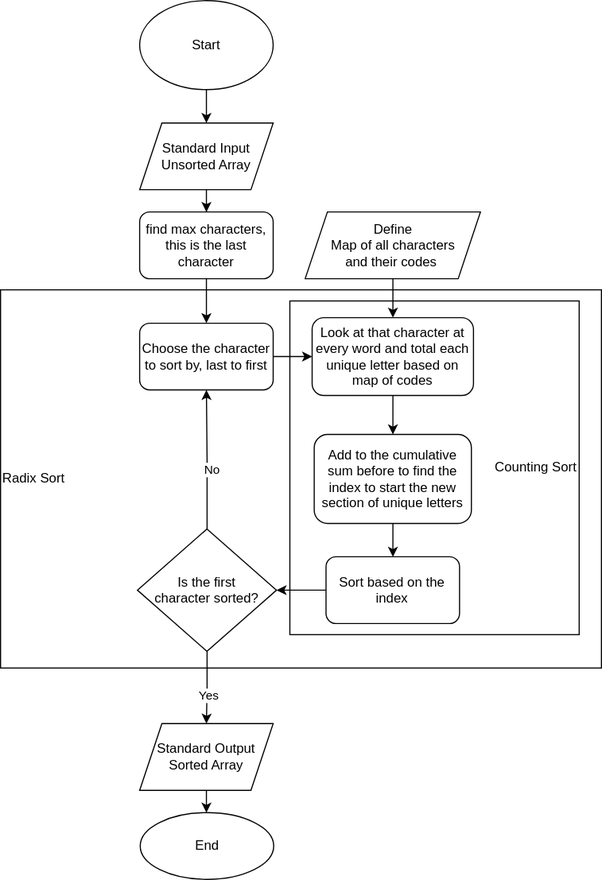
The draw.io diagram assets/img/sort.svg in Boden-C/Boden-C.github.io, before a commit. Source tidied: cells renumbered, new cells last; positions are measured from the earlier drawing's top-left corner, leaving out a move shared by most shapes.
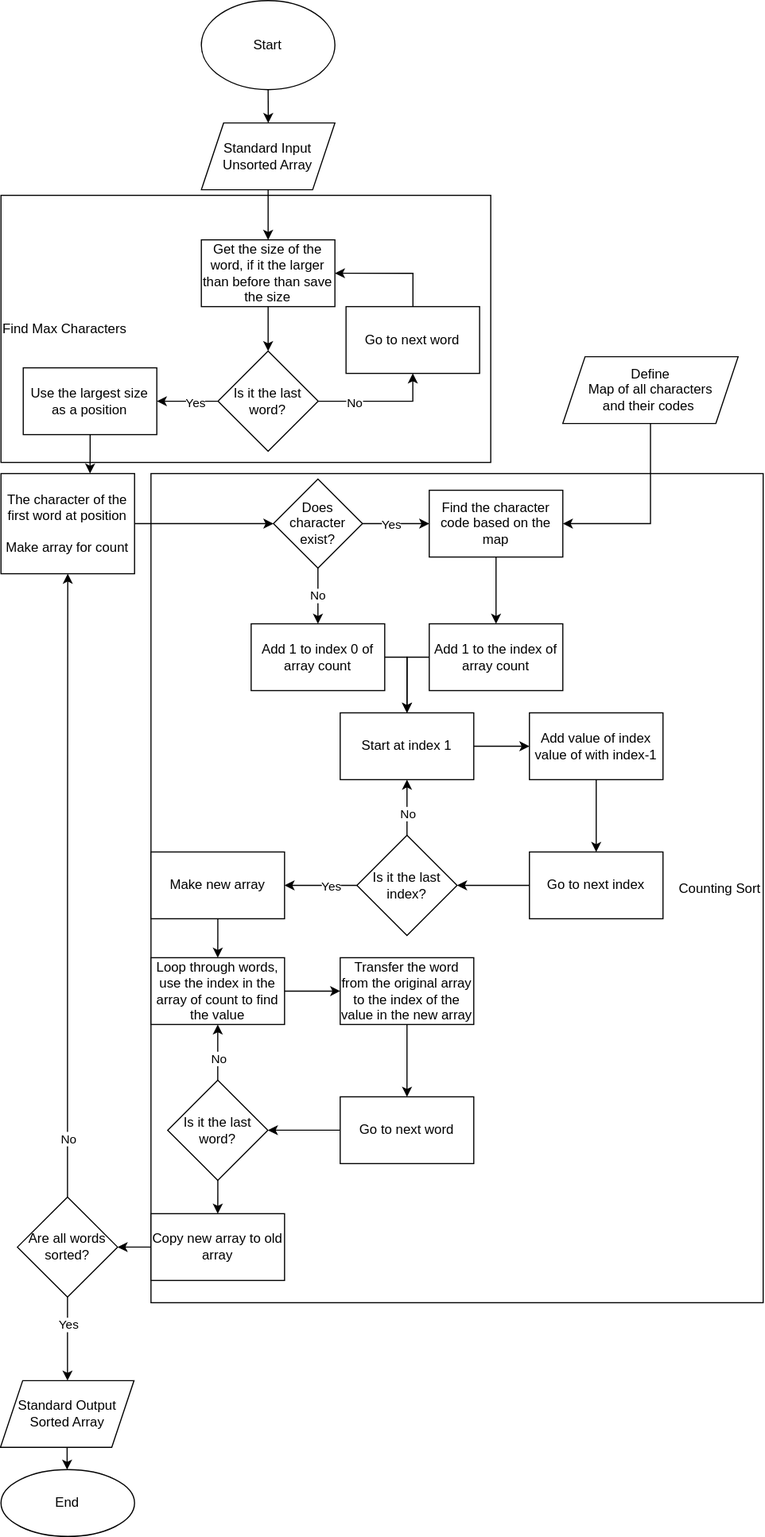
Above is the later version.

What changed in the source:
```diff
@@ -2,85 +2,221 @@
   <root>
     <mxCell id="0" />
     <mxCell id="1" parent="0" />
-    <mxCell id="2" value="Radix Sort" style="rounded=0;whiteSpace=wrap;html=1;align=left;" parent="1" vertex="1">
-      <mxGeometry y="260" width="540" height="340" as="geometry" />
-    </mxCell>
     <mxCell id="3" value="Counting Sort" style="rounded=0;whiteSpace=wrap;html=1;align=right;" parent="1" vertex="1">
-      <mxGeometry x="260" y="270" width="260" height="300" as="geometry" />
+      <mxGeometry x="35" y="430" width="550" height="745" as="geometry" />
     </mxCell>
+    <mxCell id="28" value="Find Max Characters" style="rounded=0;whiteSpace=wrap;html=1;align=left;" parent="1" vertex="1">
+      <mxGeometry x="-99.8" y="180" width="440" height="240" as="geometry" />
+    </mxCell>
     <mxCell id="4" style="edgeStyle=orthogonalEdgeStyle;rounded=0;jettySize=auto;html=1;" parent="1" edge="1" source="5" target="7">
       <mxGeometry relative="1" as="geometry" />
     </mxCell>
     <mxCell id="5" value="Start&lt;br&gt;" style="ellipse;whiteSpace=wrap;html=1;" parent="1" vertex="1">
-      <mxGeometry x="125" width="120" height="80" as="geometry" />
+      <mxGeometry x="80.2" y="5" width="120" height="80" as="geometry" />
     </mxCell>
-    <mxCell id="6" style="edgeStyle=orthogonalEdgeStyle;rounded=0;jettySize=auto;html=1;" parent="1" edge="1" source="7" target="9">
-      <mxGeometry relative="1" as="geometry" />
-    </mxCell>
+    <mxCell id="29" style="edgeStyle=orthogonalEdgeStyle;rounded=0;jettySize=auto;html=1;" parent="1" edge="1" source="7" target="31">
+      <mxGeometry relative="1" as="geometry" />
+    </mxCell>
     <mxCell id="7" value="Standard Input&lt;br&gt;Unsorted Array" style="shape=parallelogram;perimeter=parallelogramPerimeter;whiteSpace=wrap;html=1;fixedSize=1;" parent="1" vertex="1">
-      <mxGeometry x="125" y="110" width="120" height="60" as="geometry" />
+      <mxGeometry x="80.2" y="115" width="120" height="60" as="geometry" />
     </mxCell>
-    <mxCell id="8" style="edgeStyle=orthogonalEdgeStyle;rounded=0;jettySize=auto;html=1;" parent="1" edge="1" source="9" target="11">
-      <mxGeometry relative="1" as="geometry" />
-    </mxCell>
-    <mxCell id="9" value="find max characters, this is the last character" style="rounded=1;whiteSpace=wrap;html=1;" parent="1" vertex="1">
-      <mxGeometry x="125" y="190" width="120" height="60" as="geometry" />
-    </mxCell>
-    <mxCell id="10" style="edgeStyle=orthogonalEdgeStyle;rounded=0;jettySize=auto;html=1;" parent="1" edge="1" source="11" target="13">
-      <mxGeometry relative="1" as="geometry" />
-    </mxCell>
-    <mxCell id="11" value="Choose the character to sort by, last to first" style="rounded=1;whiteSpace=wrap;html=1;" parent="1" vertex="1">
-      <mxGeometry x="125" y="290" width="120" height="60" as="geometry" />
-    </mxCell>
-    <mxCell id="12" style="edgeStyle=orthogonalEdgeStyle;rounded=0;jettySize=auto;html=1;" parent="1" edge="1" source="13" target="17">
-      <mxGeometry relative="1" as="geometry" />
-    </mxCell>
-    <mxCell id="13" value="Look at that character at every word and total each unique letter based on map of codes" style="whiteSpace=wrap;html=1;rounded=1;" parent="1" vertex="1">
-      <mxGeometry x="280" y="285" width="145" height="70" as="geometry" />
-    </mxCell>
-    <mxCell id="14" style="edgeStyle=orthogonalEdgeStyle;rounded=0;jettySize=auto;html=1;" parent="1" edge="1" source="15" target="13">
+    <mxCell id="14" style="edgeStyle=orthogonalEdgeStyle;rounded=0;jettySize=auto;html=1;entryX=1;entryY=0.5;entryDx=0;entryDy=0;" parent="1" edge="1" source="15" target="50">
       <mxGeometry relative="1" as="geometry" />
     </mxCell>
     <mxCell id="15" value="Define&lt;br&gt;Map of all characters&lt;br&gt;and their codes&amp;nbsp;" style="shape=parallelogram;perimeter=parallelogramPerimeter;whiteSpace=wrap;html=1;fixedSize=1;" parent="1" vertex="1">
-      <mxGeometry x="273.8" y="190" width="157.5" height="60" as="geometry" />
+      <mxGeometry x="405" y="325" width="157.5" height="60" as="geometry" />
     </mxCell>
-    <mxCell id="16" style="edgeStyle=orthogonalEdgeStyle;rounded=0;jettySize=auto;html=1;" parent="1" edge="1" source="17" target="19">
-      <mxGeometry relative="1" as="geometry" />
-    </mxCell>
-    <mxCell id="17" value="Add to the cumulative sum before to find the index to start the new section of unique letters" style="whiteSpace=wrap;html=1;rounded=1;" parent="1" vertex="1">
-      <mxGeometry x="281.9" y="390" width="141.2" height="80" as="geometry" />
-    </mxCell>
-    <mxCell id="18" style="edgeStyle=orthogonalEdgeStyle;rounded=0;jettySize=auto;html=1;entryX=1;entryY=0.5;entryDx=0;entryDy=0;" parent="1" edge="1" source="19" target="24">
-      <mxGeometry relative="1" as="geometry" />
-    </mxCell>
-    <mxCell id="19" value="Sort based on the index" style="whiteSpace=wrap;html=1;rounded=1;" parent="1" vertex="1">
-      <mxGeometry x="292.5" y="500" width="120" height="60" as="geometry" />
-    </mxCell>
-    <mxCell id="20" style="edgeStyle=orthogonalEdgeStyle;rounded=0;jettySize=auto;html=1;entryX=0.5;entryY=1;entryDx=0;entryDy=0;" parent="1" edge="1" source="24" target="11">
-      <mxGeometry relative="1" as="geometry" />
-    </mxCell>
-    <mxCell id="21" value="No" style="edgeLabel;html=1;align=center;verticalAlign=middle;" parent="20" vertex="1">
-      <mxGeometry x="-0.16" y="-2" relative="1" as="geometry">
-        <mxPoint x="1" as="offset" />
-      </mxGeometry>
-    </mxCell>
-    <mxCell id="22" style="edgeStyle=orthogonalEdgeStyle;rounded=0;jettySize=auto;html=1;" parent="1" edge="1" source="24" target="26">
-      <mxGeometry relative="1" as="geometry" />
-    </mxCell>
-    <mxCell id="23" value="Yes" style="edgeLabel;html=1;align=center;verticalAlign=middle;" parent="22" vertex="1">
-      <mxGeometry x="0.22" y="1" relative="1" as="geometry" />
-    </mxCell>
-    <mxCell id="24" value="Is the first &lt;br&gt;character sorted?" style="rhombus;whiteSpace=wrap;html=1;" parent="1" vertex="1">
-      <mxGeometry x="123" y="475" width="125" height="110" as="geometry" />
-    </mxCell>
     <mxCell id="25" style="edgeStyle=orthogonalEdgeStyle;rounded=0;jettySize=auto;html=1;" parent="1" edge="1" source="26" target="27">
       <mxGeometry relative="1" as="geometry" />
     </mxCell>
     <mxCell id="26" value="Standard Output&lt;br&gt;Sorted Array" style="shape=parallelogram;perimeter=parallelogramPerimeter;whiteSpace=wrap;html=1;fixedSize=1;" parent="1" vertex="1">
-      <mxGeometry x="125" y="650" width="120" height="60" as="geometry" />
+      <mxGeometry x="-100.2" y="1245" width="120" height="60" as="geometry" />
     </mxCell>
     <mxCell id="27" value="End" style="ellipse;whiteSpace=wrap;html=1;" parent="1" vertex="1">
-      <mxGeometry x="125.5" y="730" width="120" height="60" as="geometry" />
+      <mxGeometry x="-99.8" y="1325" width="120" height="60" as="geometry" />
     </mxCell>
+    <mxCell id="30" style="edgeStyle=orthogonalEdgeStyle;rounded=0;jettySize=auto;html=1;" parent="1" edge="1" source="31" target="36">
+      <mxGeometry relative="1" as="geometry" />
+    </mxCell>
+    <mxCell id="31" value="Get the size of the word, if it the larger than before than save the size" style="whiteSpace=wrap;html=1;" parent="1" vertex="1">
+      <mxGeometry x="80.2" y="220" width="120" height="60" as="geometry" />
+    </mxCell>
+    <mxCell id="32" style="edgeStyle=orthogonalEdgeStyle;rounded=0;jettySize=auto;html=1;" parent="1" edge="1" source="36" target="38">
+      <mxGeometry relative="1" as="geometry">
+        <Array as="points">
+          <mxPoint x="270.2" y="365" />
+        </Array>
+      </mxGeometry>
+    </mxCell>
+    <mxCell id="33" value="No" style="edgeLabel;html=1;align=center;verticalAlign=middle;" parent="32" vertex="1">
+      <mxGeometry x="-0.42" y="-1" relative="1" as="geometry" />
+    </mxCell>
+    <mxCell id="34" style="edgeStyle=orthogonalEdgeStyle;rounded=0;jettySize=auto;html=1;" parent="1" edge="1" source="36" target="40">
+      <mxGeometry relative="1" as="geometry" />
+    </mxCell>
+    <mxCell id="35" value="Yes" style="edgeLabel;html=1;align=center;verticalAlign=middle;" parent="34" vertex="1">
+      <mxGeometry x="-0.22" y="1" relative="1" as="geometry" />
+    </mxCell>
+    <mxCell id="36" value="Is it the last word?" style="rhombus;whiteSpace=wrap;html=1;" parent="1" vertex="1">
+      <mxGeometry x="95.2" y="320" width="90" height="90" as="geometry" />
+    </mxCell>
+    <mxCell id="37" style="edgeStyle=orthogonalEdgeStyle;rounded=0;jettySize=auto;html=1;entryX=1;entryY=0.5;entryDx=0;entryDy=0;" parent="1" edge="1" source="38" target="31">
+      <mxGeometry relative="1" as="geometry">
+        <Array as="points">
+          <mxPoint x="270.2" y="250" />
+        </Array>
+      </mxGeometry>
+    </mxCell>
+    <mxCell id="38" value="Go to next word" style="whiteSpace=wrap;html=1;" parent="1" vertex="1">
+      <mxGeometry x="210.2" y="280" width="120" height="60" as="geometry" />
+    </mxCell>
+    <mxCell id="39" style="edgeStyle=orthogonalEdgeStyle;rounded=0;jettySize=auto;html=1;" parent="1" edge="1" source="40">
+      <mxGeometry relative="1" as="geometry">
+        <mxPoint x="-19.8" y="430" as="targetPoint" />
+      </mxGeometry>
+    </mxCell>
+    <mxCell id="40" value="Use the largest size as a position" style="whiteSpace=wrap;html=1;" parent="1" vertex="1">
+      <mxGeometry x="-79.8" y="335" width="120" height="60" as="geometry" />
+    </mxCell>
+    <mxCell id="41" style="edgeStyle=orthogonalEdgeStyle;rounded=0;jettySize=auto;html=1;entryX=0;entryY=0.5;entryDx=0;entryDy=0;" parent="1" edge="1" source="42" target="46">
+      <mxGeometry relative="1" as="geometry" />
+    </mxCell>
+    <mxCell id="42" value="The character of the first word at position&lt;br&gt;&lt;br&gt;Make array for count" style="whiteSpace=wrap;html=1;" parent="1" vertex="1">
+      <mxGeometry x="-99.8" y="430" width="120" height="90" as="geometry" />
+    </mxCell>
+    <mxCell id="43" value="No" style="edgeStyle=orthogonalEdgeStyle;rounded=0;jettySize=auto;html=1;" parent="1" edge="1" source="46" target="48">
+      <mxGeometry relative="1" as="geometry" />
+    </mxCell>
+    <mxCell id="44" style="edgeStyle=orthogonalEdgeStyle;rounded=0;jettySize=auto;html=1;" parent="1" edge="1" source="46" target="50">
+      <mxGeometry relative="1" as="geometry" />
+    </mxCell>
+    <mxCell id="45" value="Yes" style="edgeLabel;html=1;align=center;verticalAlign=middle;" parent="44" vertex="1">
+      <mxGeometry x="-0.14" relative="1" as="geometry" />
+    </mxCell>
+    <mxCell id="46" value="Does character exist?" style="rhombus;whiteSpace=wrap;html=1;" parent="1" vertex="1">
+      <mxGeometry x="145" y="435" width="80" height="80" as="geometry" />
+    </mxCell>
+    <mxCell id="47" style="edgeStyle=orthogonalEdgeStyle;rounded=0;jettySize=auto;html=1;entryX=0.5;entryY=0;entryDx=0;entryDy=0;" parent="1" edge="1" source="48" target="54">
+      <mxGeometry relative="1" as="geometry">
+        <Array as="points">
+          <mxPoint x="265" y="595" />
+        </Array>
+      </mxGeometry>
+    </mxCell>
+    <mxCell id="48" value="Add 1 to index 0 of array count" style="whiteSpace=wrap;html=1;" parent="1" vertex="1">
+      <mxGeometry x="125" y="565" width="120" height="60" as="geometry" />
+    </mxCell>
+    <mxCell id="49" style="edgeStyle=orthogonalEdgeStyle;rounded=0;jettySize=auto;html=1;" parent="1" edge="1" source="50" target="52">
+      <mxGeometry relative="1" as="geometry" />
+    </mxCell>
+    <mxCell id="50" value="Find the character code based on the map" style="whiteSpace=wrap;html=1;" parent="1" vertex="1">
+      <mxGeometry x="285" y="445" width="120" height="60" as="geometry" />
+    </mxCell>
+    <mxCell id="51" style="edgeStyle=orthogonalEdgeStyle;rounded=0;jettySize=auto;html=1;entryX=0.5;entryY=0;entryDx=0;entryDy=0;" parent="1" edge="1" source="52" target="54">
+      <mxGeometry relative="1" as="geometry">
+        <Array as="points">
+          <mxPoint x="265" y="595" />
+        </Array>
+      </mxGeometry>
+    </mxCell>
+    <mxCell id="52" value="Add 1 to the index of array count" style="whiteSpace=wrap;html=1;" parent="1" vertex="1">
+      <mxGeometry x="285" y="565" width="120" height="60" as="geometry" />
+    </mxCell>
+    <mxCell id="53" style="edgeStyle=orthogonalEdgeStyle;rounded=0;jettySize=auto;html=1;" parent="1" edge="1" source="54">
+      <mxGeometry relative="1" as="geometry">
+        <mxPoint x="375" y="675" as="targetPoint" />
+      </mxGeometry>
+    </mxCell>
+    <mxCell id="54" value="Start at index 1" style="rounded=0;whiteSpace=wrap;html=1;" parent="1" vertex="1">
+      <mxGeometry x="205" y="645" width="120" height="60" as="geometry" />
+    </mxCell>
+    <mxCell id="55" style="edgeStyle=orthogonalEdgeStyle;rounded=0;jettySize=auto;html=1;" parent="1" edge="1" source="56" target="63">
+      <mxGeometry relative="1" as="geometry" />
+    </mxCell>
+    <mxCell id="56" value="Add value of index value of with index-1" style="rounded=0;whiteSpace=wrap;html=1;" parent="1" vertex="1">
+      <mxGeometry x="375" y="645" width="120" height="60" as="geometry" />
+    </mxCell>
+    <mxCell id="57" style="edgeStyle=orthogonalEdgeStyle;rounded=0;jettySize=auto;html=1;entryX=0.5;entryY=1;entryDx=0;entryDy=0;" parent="1" edge="1" source="61" target="54">
+      <mxGeometry relative="1" as="geometry" />
+    </mxCell>
+    <mxCell id="58" value="No" style="edgeLabel;html=1;align=center;verticalAlign=middle;" parent="57" vertex="1">
+      <mxGeometry x="-0.22" relative="1" as="geometry" />
+    </mxCell>
+    <mxCell id="59" style="edgeStyle=orthogonalEdgeStyle;rounded=0;jettySize=auto;html=1;" parent="1" edge="1" source="61" target="65">
+      <mxGeometry relative="1" as="geometry" />
+    </mxCell>
+    <mxCell id="60" value="Yes" style="edgeLabel;html=1;align=center;verticalAlign=middle;" parent="59" vertex="1">
+      <mxGeometry x="-0.28" relative="1" as="geometry" />
+    </mxCell>
+    <mxCell id="61" value="Is it the last index?" style="rhombus;whiteSpace=wrap;html=1;" parent="1" vertex="1">
+      <mxGeometry x="220" y="755" width="90" height="90" as="geometry" />
+    </mxCell>
+    <mxCell id="62" style="edgeStyle=orthogonalEdgeStyle;rounded=0;jettySize=auto;html=1;entryX=1;entryY=0.5;entryDx=0;entryDy=0;" parent="1" edge="1" source="63" target="61">
+      <mxGeometry relative="1" as="geometry" />
+    </mxCell>
+    <mxCell id="63" value="Go to next index" style="whiteSpace=wrap;html=1;rounded=0;" parent="1" vertex="1">
+      <mxGeometry x="375" y="770" width="120" height="60" as="geometry" />
+    </mxCell>
+    <mxCell id="64" style="edgeStyle=orthogonalEdgeStyle;rounded=0;jettySize=auto;html=1;entryX=0.5;entryY=0;entryDx=0;entryDy=0;" parent="1" edge="1" source="65" target="67">
+      <mxGeometry relative="1" as="geometry" />
+    </mxCell>
+    <mxCell id="65" value="Make new array" style="whiteSpace=wrap;html=1;" parent="1" vertex="1">
+      <mxGeometry x="35" y="770" width="120" height="60" as="geometry" />
+    </mxCell>
+    <mxCell id="66" style="edgeStyle=orthogonalEdgeStyle;rounded=0;jettySize=auto;html=1;" parent="1" edge="1" source="67">
+      <mxGeometry relative="1" as="geometry">
+        <mxPoint x="205" y="895" as="targetPoint" />
+      </mxGeometry>
+    </mxCell>
+    <mxCell id="67" value="Loop through words, use the index in the array of count to find the value" style="rounded=0;whiteSpace=wrap;html=1;" parent="1" vertex="1">
+      <mxGeometry x="35" y="865" width="120" height="60" as="geometry" />
+    </mxCell>
+    <mxCell id="68" style="edgeStyle=orthogonalEdgeStyle;rounded=0;jettySize=auto;html=1;" parent="1" edge="1" source="69" target="75">
+      <mxGeometry relative="1" as="geometry" />
+    </mxCell>
+    <mxCell id="69" value="Transfer the word from the original array to the index of the value in the new array" style="rounded=0;whiteSpace=wrap;html=1;" parent="1" vertex="1">
+      <mxGeometry x="205" y="865" width="120" height="60" as="geometry" />
+    </mxCell>
+    <mxCell id="70" style="edgeStyle=orthogonalEdgeStyle;rounded=0;jettySize=auto;html=1;entryX=0.5;entryY=1;entryDx=0;entryDy=0;" parent="1" edge="1" source="73" target="67">
+      <mxGeometry relative="1" as="geometry" />
+    </mxCell>
+    <mxCell id="71" value="No" style="edgeLabel;html=1;align=center;verticalAlign=middle;" parent="70" vertex="1">
+      <mxGeometry x="-0.22" relative="1" as="geometry" />
+    </mxCell>
+    <mxCell id="72" style="edgeStyle=orthogonalEdgeStyle;rounded=0;jettySize=auto;html=1;entryX=0.5;entryY=0;entryDx=0;entryDy=0;" parent="1" edge="1" source="73" target="77">
+      <mxGeometry relative="1" as="geometry" />
+    </mxCell>
+    <mxCell id="73" value="Is it the last word?" style="rhombus;whiteSpace=wrap;html=1;" parent="1" vertex="1">
+      <mxGeometry x="50" y="975" width="90" height="90" as="geometry" />
+    </mxCell>
+    <mxCell id="74" style="edgeStyle=orthogonalEdgeStyle;rounded=0;jettySize=auto;html=1;entryX=1;entryY=0.5;entryDx=0;entryDy=0;" parent="1" edge="1" source="75" target="73">
+      <mxGeometry relative="1" as="geometry" />
+    </mxCell>
+    <mxCell id="75" value="Go to next word" style="whiteSpace=wrap;html=1;rounded=0;" parent="1" vertex="1">
+      <mxGeometry x="205" y="990" width="120" height="60" as="geometry" />
+    </mxCell>
+    <mxCell id="76" style="edgeStyle=orthogonalEdgeStyle;rounded=0;jettySize=auto;html=1;entryX=1;entryY=0.5;entryDx=0;entryDy=0;" parent="1" edge="1" source="77" target="82">
+      <mxGeometry relative="1" as="geometry" />
+    </mxCell>
+    <mxCell id="77" value="Copy new array to old array" style="rounded=0;whiteSpace=wrap;html=1;" parent="1" vertex="1">
+      <mxGeometry x="35" y="1095" width="120" height="60" as="geometry" />
+    </mxCell>
+    <mxCell id="78" style="edgeStyle=orthogonalEdgeStyle;rounded=0;jettySize=auto;html=1;entryX=0.5;entryY=1;entryDx=0;entryDy=0;" parent="1" edge="1" source="82" target="42">
+      <mxGeometry relative="1" as="geometry" />
+    </mxCell>
+    <mxCell id="79" value="No" style="edgeLabel;html=1;align=center;verticalAlign=middle;" parent="78" vertex="1">
+      <mxGeometry x="-0.81" relative="1" as="geometry" />
+    </mxCell>
+    <mxCell id="80" style="edgeStyle=orthogonalEdgeStyle;rounded=0;jettySize=auto;html=1;" parent="1" edge="1" source="82">
+      <mxGeometry relative="1" as="geometry">
+        <mxPoint x="-40" y="1245" as="targetPoint" />
+      </mxGeometry>
+    </mxCell>
+    <mxCell id="81" value="Yes" style="edgeLabel;html=1;align=center;verticalAlign=middle;" parent="80" vertex="1">
+      <mxGeometry x="-0.35" relative="1" as="geometry" />
+    </mxCell>
+    <mxCell id="82" value="Are all words sorted?" style="rhombus;whiteSpace=wrap;html=1;" parent="1" vertex="1">
+      <mxGeometry x="-85" y="1080" width="90" height="90" as="geometry" />
+    </mxCell>
   </root>
 </mxGraphModel>
```
